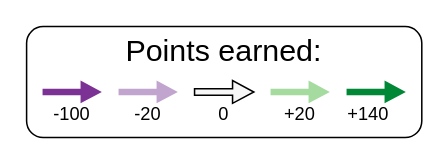
This is page "Page-1" (1 of 2) of frontend/rewards.drawio from LBrinkmann/reward-networks-iii-experiment, a draw.io file, before an edit. Source tidied: cells renumbered, new cells numbered last; positions are measured from the earlier drawing's top-left corner, leaving out a move shared by most shapes. Both pictures are drawn from the tidied source at 152%, with x=0, y=0 at pixel (26, 26).
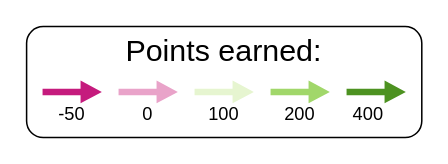
Above is the later version.

What changed in the source:
```diff
@@
 <mxGraphModel>
   <root>
     <mxCell id="0" />
     <mxCell id="1" parent="0" />
     <mxCell id="2" style="rounded=1;whiteSpace=wrap;html=1;" parent="1" vertex="1">
       <mxGeometry width="260" height="73" as="geometry" />
     </mxCell>
-    <mxCell id="3" style="shape=flexArrow;endArrow=classic;html=1;rounded=0;endWidth=9.696969696969697;endSize=4.333333333333334;width=4.242424242424242;fillColor=#f7f7f7;strokeColor=default;" parent="1" edge="1">
+    <mxCell id="3" style="shape=flexArrow;endArrow=classic;html=1;rounded=0;endWidth=9.696969696969697;endSize=4.333333333333334;width=4.242424242424242;fillColor=#e6f5d0;strokeColor=none;" parent="1" edge="1">
       <mxGeometry relative="1" as="geometry">
         <mxPoint x="110" y="43" as="sourcePoint" />
         <mxPoint x="150" y="43" as="targetPoint" />
       </mxGeometry>
     </mxCell>
-    <mxCell id="4" style="shape=flexArrow;endArrow=classic;html=1;rounded=0;endWidth=9.696969696969697;endSize=4.333333333333334;width=4.242424242424242;fillColor=#a6dba0;strokeColor=none;" parent="1" edge="1">
+    <mxCell id="4" style="shape=flexArrow;endArrow=classic;html=1;rounded=0;endWidth=9.696969696969697;endSize=4.333333333333334;width=4.242424242424242;fillColor=#a1d76a;strokeColor=none;" parent="1" edge="1">
       <mxGeometry relative="1" as="geometry">
         <mxPoint x="160" y="43" as="sourcePoint" />
         <mxPoint x="200" y="43" as="targetPoint" />
       </mxGeometry>
     </mxCell>
-    <mxCell id="5" style="shape=flexArrow;endArrow=classic;html=1;rounded=0;endWidth=9.696969696969697;endSize=4.333333333333334;width=4.242424242424242;fillColor=#008837;strokeColor=none;" parent="1" edge="1">
+    <mxCell id="5" style="shape=flexArrow;endArrow=classic;html=1;rounded=0;endWidth=9.696969696969697;endSize=4.333333333333334;width=4.242424242424242;fillColor=#4d9221;strokeColor=none;" parent="1" edge="1">
       <mxGeometry relative="1" as="geometry">
         <mxPoint x="210" y="43" as="sourcePoint" />
         <mxPoint x="250" y="43" as="targetPoint" />
       </mxGeometry>
     </mxCell>
     <mxCell id="6" value="Points earned:" style="text;html=1;strokeColor=none;fillColor=none;align=center;verticalAlign=middle;whiteSpace=wrap;rounded=0;fontSize=20;" parent="1" vertex="1">
       <mxGeometry x="5" width="250" height="30" as="geometry" />
     </mxCell>
-    <mxCell id="7" style="shape=flexArrow;endArrow=classic;html=1;rounded=0;endWidth=9.696969696969697;endSize=4.333333333333334;width=4.242424242424242;fillColor=#c2a5cf;strokeColor=none;" parent="1" edge="1">
+    <mxCell id="7" style="shape=flexArrow;endArrow=classic;html=1;rounded=0;endWidth=9.696969696969697;endSize=4.333333333333334;width=4.242424242424242;fillColor=#e9a3c9;strokeColor=none;" parent="1" edge="1">
       <mxGeometry relative="1" as="geometry">
         <mxPoint x="60" y="43" as="sourcePoint" />
         <mxPoint x="100" y="43" as="targetPoint" />
       </mxGeometry>
     </mxCell>
-    <mxCell id="8" style="shape=flexArrow;endArrow=classic;html=1;rounded=0;endWidth=9.696969696969697;endSize=4.333333333333334;width=4.242424242424242;fillColor=#7b3294;strokeColor=none;" parent="1" edge="1">
+    <mxCell id="8" style="shape=flexArrow;endArrow=classic;html=1;rounded=0;endWidth=9.696969696969697;endSize=4.333333333333334;width=4.242424242424242;fillColor=#c51b7d;strokeColor=none;" parent="1" edge="1">
       <mxGeometry relative="1" as="geometry">
         <mxPoint x="10" y="43" as="sourcePoint" />
         <mxPoint x="50" y="43" as="targetPoint" />
       </mxGeometry>
     </mxCell>
-    <mxCell id="9" value="-100" style="text;html=1;strokeColor=none;fillColor=none;align=center;verticalAlign=middle;whiteSpace=wrap;rounded=0;" parent="1" vertex="1">
+    <mxCell id="9" value="-50" style="text;html=1;strokeColor=none;fillColor=none;align=center;verticalAlign=middle;whiteSpace=wrap;rounded=0;" parent="1" vertex="1">
       <mxGeometry y="43" width="60" height="30" as="geometry" />
     </mxCell>
-    <mxCell id="10" value="-20" style="text;html=1;strokeColor=none;fillColor=none;align=center;verticalAlign=middle;whiteSpace=wrap;rounded=0;" parent="1" vertex="1">
+    <mxCell id="10" value="0" style="text;html=1;strokeColor=none;fillColor=none;align=center;verticalAlign=middle;whiteSpace=wrap;rounded=0;" parent="1" vertex="1">
       <mxGeometry x="50" y="43" width="60" height="30" as="geometry" />
     </mxCell>
-    <mxCell id="11" value="0" style="text;html=1;strokeColor=none;fillColor=none;align=center;verticalAlign=middle;whiteSpace=wrap;rounded=0;" parent="1" vertex="1">
+    <mxCell id="11" value="100" style="text;html=1;strokeColor=none;fillColor=none;align=center;verticalAlign=middle;whiteSpace=wrap;rounded=0;" parent="1" vertex="1">
       <mxGeometry x="100" y="43" width="60" height="30" as="geometry" />
     </mxCell>
-    <mxCell id="12" value="+20" style="text;html=1;strokeColor=none;fillColor=none;align=center;verticalAlign=middle;whiteSpace=wrap;rounded=0;" parent="1" vertex="1">
+    <mxCell id="12" value="200" style="text;html=1;strokeColor=none;fillColor=none;align=center;verticalAlign=middle;whiteSpace=wrap;rounded=0;" parent="1" vertex="1">
       <mxGeometry x="150" y="43" width="60" height="30" as="geometry" />
     </mxCell>
-    <mxCell id="13" value="+140" style="text;html=1;strokeColor=none;fillColor=none;align=center;verticalAlign=middle;whiteSpace=wrap;rounded=0;" parent="1" vertex="1">
+    <mxCell id="13" value="400" style="text;html=1;strokeColor=none;fillColor=none;align=center;verticalAlign=middle;whiteSpace=wrap;rounded=0;" parent="1" vertex="1">
       <mxGeometry x="200" y="43" width="50" height="30" as="geometry" />
     </mxCell>
   </root>
 </mxGraphModel>
```
